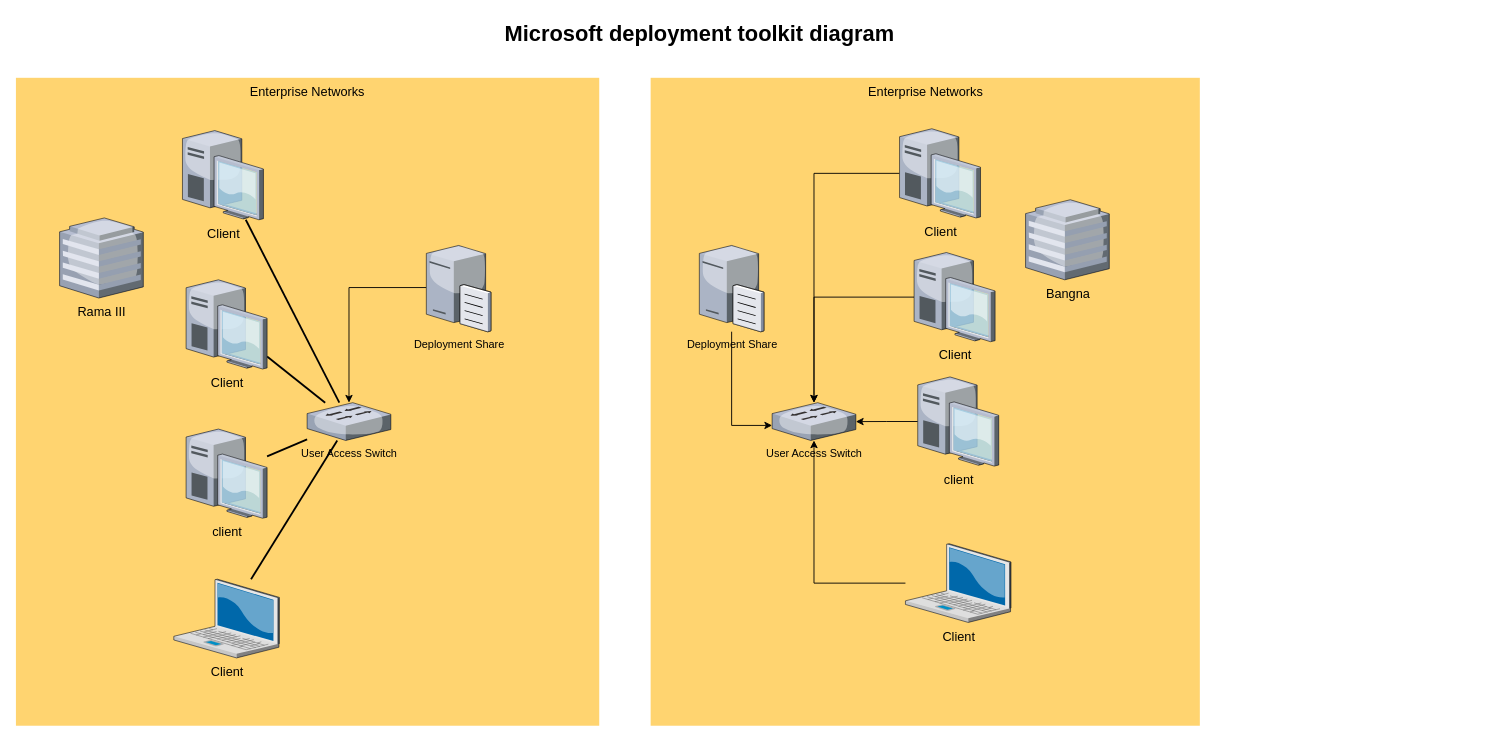
Earlier version of the draw.io diagram Untitled Diagram.drawio (Eddardx/MDT). Source tidied: cells renumbered, new cells numbered last; positions are measured from the earlier drawing's top-left corner, leaving out a move shared by most shapes. Both pictures are drawn from the tidied source at 91%, with x=0, y=0 at pixel (15, 15).
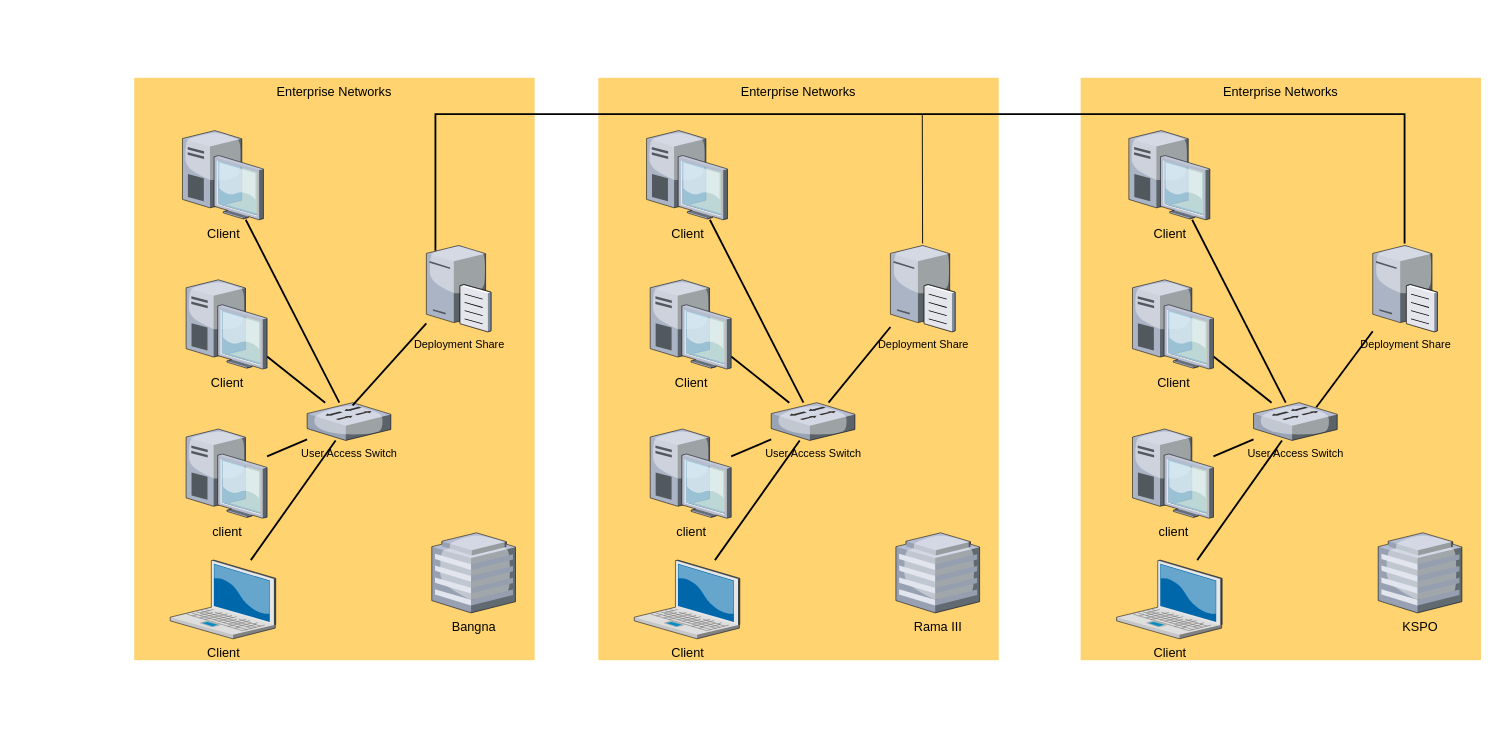
Above is the later version.

What changed in the source:
```diff
@@
+    <mxCell id="29" value="Enterprise Networks" style="whiteSpace=wrap;html=1;fillColor=#FFD470;gradientColor=none;fontSize=14;strokeColor=none;verticalAlign=top;" parent="1" vertex="1">
+      <mxGeometry x="1170" y="68" width="440" height="640" as="geometry" />
+    </mxCell>
+    <mxCell id="30" value="Enterprise Networks" style="whiteSpace=wrap;html=1;fillColor=#FFD470;gradientColor=none;fontSize=14;strokeColor=none;verticalAlign=top;" parent="1" vertex="1">
+      <mxGeometry x="640" y="68" width="440" height="640" as="geometry" />
+    </mxCell>
     <mxCell id="2" value="Enterprise Networks" style="whiteSpace=wrap;html=1;fillColor=#FFD470;gradientColor=none;fontSize=14;strokeColor=none;verticalAlign=top;" parent="1" vertex="1">
-      <mxGeometry y="68" width="641" height="712" as="geometry" />
+      <mxGeometry x="130" y="68" width="440" height="640" as="geometry" />
     </mxCell>
@@
     <mxCell id="4" value="Client" style="verticalLabelPosition=bottom;html=1;verticalAlign=top;strokeColor=none;shape=mxgraph.citrix.laptop_2;fillColor=#66B2FF;gradientColor=#0066CC;fontSize=14;" parent="1" vertex="1">
-      <mxGeometry x="173.5" y="619" width="116" height="86.5" as="geometry" />
+      <mxGeometry x="169.5" y="598" width="116" height="86.5" as="geometry" />
     </mxCell>
@@
+    <mxCell id="13" value="User Access Switch" style="verticalLabelPosition=bottom;html=1;verticalAlign=top;strokeColor=none;align=center;outlineConnect=0;shape=mxgraph.citrix.switch;" parent="1" vertex="1">
+      <mxGeometry x="320" y="425" width="92" height="41.5" as="geometry" />
+    </mxCell>
+    <mxCell id="26" value="Deployment Share" style="verticalLabelPosition=bottom;html=1;verticalAlign=top;strokeColor=none;align=center;outlineConnect=0;shape=mxgraph.citrix.file_server;" parent="1" vertex="1">
+      <mxGeometry x="451" y="250" width="71" height="97" as="geometry" />
+    </mxCell>
+    <mxCell id="23" value="Bangna" style="verticalLabelPosition=bottom;html=1;verticalAlign=top;strokeColor=none;shape=mxgraph.citrix.hq_enterprise;fillColor=#66B2FF;gradientColor=#0066CC;fontSize=14;" parent="1" vertex="1">
+      <mxGeometry x="457" y="568" width="92" height="88" as="geometry" />
+    </mxCell>
+    <mxCell id="31" style="edgeStyle=none;rounded=0;html=1;startSize=10;endSize=10;jettySize=auto;fontSize=14;endArrow=none;endFill=0;strokeWidth=2;" parent="1" edge="1" source="32" target="39">
+      <mxGeometry relative="1" as="geometry" />
+    </mxCell>
+    <mxCell id="32" value="Client" style="verticalLabelPosition=bottom;html=1;verticalAlign=top;strokeColor=none;shape=mxgraph.citrix.laptop_2;fillColor=#66B2FF;gradientColor=#0066CC;fontSize=14;" parent="1" vertex="1">
+      <mxGeometry x="679.5" y="598" width="116" height="86.5" as="geometry" />
+    </mxCell>
+    <mxCell id="33" style="edgeStyle=none;rounded=0;html=1;startSize=10;endSize=10;jettySize=auto;fontSize=14;endArrow=none;endFill=0;strokeWidth=2;" parent="1" edge="1" source="34" target="39">
+      <mxGeometry relative="1" as="geometry" />
+    </mxCell>
+    <mxCell id="34" value="client" style="verticalLabelPosition=bottom;html=1;verticalAlign=top;strokeColor=none;shape=mxgraph.citrix.desktop;fillColor=#66B2FF;gradientColor=#0066CC;fontSize=14;" parent="1" vertex="1">
+      <mxGeometry x="697" y="454" width="89" height="98" as="geometry" />
+    </mxCell>
+    <mxCell id="35" style="edgeStyle=none;rounded=0;html=1;startSize=10;endSize=10;jettySize=auto;fontSize=14;endArrow=none;endFill=0;strokeWidth=2;" parent="1" edge="1" source="36" target="39">
+      <mxGeometry relative="1" as="geometry" />
+    </mxCell>
+    <mxCell id="36" value="Client" style="verticalLabelPosition=bottom;html=1;verticalAlign=top;strokeColor=none;shape=mxgraph.citrix.desktop;fillColor=#66B2FF;gradientColor=#0066CC;fontSize=14;" parent="1" vertex="1">
+      <mxGeometry x="697" y="290" width="89" height="98" as="geometry" />
+    </mxCell>
+    <mxCell id="37" style="edgeStyle=none;rounded=0;html=1;startSize=10;endSize=10;jettySize=auto;fontSize=14;endArrow=none;endFill=0;strokeWidth=2;" parent="1" edge="1" source="38" target="39">
+      <mxGeometry relative="1" as="geometry" />
+    </mxCell>
+    <mxCell id="38" value="Client" style="verticalLabelPosition=bottom;html=1;verticalAlign=top;strokeColor=none;shape=mxgraph.citrix.desktop;fillColor=#66B2FF;gradientColor=#0066CC;fontSize=14;" parent="1" vertex="1">
+      <mxGeometry x="693" y="126" width="89" height="98" as="geometry" />
+    </mxCell>
+    <mxCell id="39" value="User Access Switch" style="verticalLabelPosition=bottom;html=1;verticalAlign=top;strokeColor=none;align=center;outlineConnect=0;shape=mxgraph.citrix.switch;" parent="1" vertex="1">
+      <mxGeometry x="830" y="425" width="92" height="41.5" as="geometry" />
+    </mxCell>
+    <mxCell id="40" value="Deployment Share" style="verticalLabelPosition=bottom;html=1;verticalAlign=top;strokeColor=none;align=center;outlineConnect=0;shape=mxgraph.citrix.file_server;" parent="1" vertex="1">
+      <mxGeometry x="961" y="250" width="71" height="97" as="geometry" />
+    </mxCell>
     <mxCell id="11" value="Rama III" style="verticalLabelPosition=bottom;html=1;verticalAlign=top;strokeColor=none;shape=mxgraph.citrix.hq_enterprise;fillColor=#66B2FF;gradientColor=#0066CC;fontSize=14;" parent="1" vertex="1">
-      <mxGeometry x="48" y="222" width="92" height="88" as="geometry" />
+      <mxGeometry x="967" y="568" width="92" height="88" as="geometry" />
     </mxCell>
-    <mxCell id="12" value="Microsoft deployment toolkit diagram" style="text;strokeColor=none;fillColor=none;html=1;fontSize=24;fontStyle=1;verticalAlign=middle;align=center;" parent="1" vertex="1">
-      <mxGeometry x="320" width="861" height="40" as="geometry" />
-    </mxCell>
-    <mxCell id="13" value="User Access Switch" style="verticalLabelPosition=bottom;html=1;verticalAlign=top;strokeColor=none;align=center;outlineConnect=0;shape=mxgraph.citrix.switch;" parent="1" vertex="1">
-      <mxGeometry x="320" y="425" width="92" height="41.5" as="geometry" />
-    </mxCell>
-    <mxCell id="14" value="Enterprise Networks" style="whiteSpace=wrap;html=1;fillColor=#FFD470;gradientColor=none;fontSize=14;strokeColor=none;verticalAlign=top;" parent="1" vertex="1">
-      <mxGeometry x="697.5" y="68" width="603.5" height="712" as="geometry" />
-    </mxCell>
-    <mxCell id="15" style="edgeStyle=orthogonalEdgeStyle;rounded=0;jettySize=auto;html=1;" parent="1" edge="1" source="16" target="24">
-      <mxGeometry relative="1" as="geometry" />
-    </mxCell>
-    <mxCell id="16" value="Client" style="verticalLabelPosition=bottom;html=1;verticalAlign=top;strokeColor=none;shape=mxgraph.citrix.laptop_2;fillColor=#66B2FF;gradientColor=#0066CC;fontSize=14;" parent="1" vertex="1">
-      <mxGeometry x="977.5" y="580" width="116" height="86.5" as="geometry" />
-    </mxCell>
-    <mxCell id="17" style="edgeStyle=orthogonalEdgeStyle;rounded=0;jettySize=auto;html=1;" parent="1" edge="1" source="18" target="24">
-      <mxGeometry relative="1" as="geometry" />
-    </mxCell>
-    <mxCell id="18" value="client" style="verticalLabelPosition=bottom;html=1;verticalAlign=top;strokeColor=none;shape=mxgraph.citrix.desktop;fillColor=#66B2FF;gradientColor=#0066CC;fontSize=14;" parent="1" vertex="1">
-      <mxGeometry x="991" y="396.7" width="89" height="98" as="geometry" />
-    </mxCell>
-    <mxCell id="19" style="edgeStyle=orthogonalEdgeStyle;rounded=0;jettySize=auto;html=1;" parent="1" edge="1" source="20" target="24">
-      <mxGeometry relative="1" as="geometry" />
-    </mxCell>
-    <mxCell id="20" value="Client" style="verticalLabelPosition=bottom;html=1;verticalAlign=top;strokeColor=none;shape=mxgraph.citrix.desktop;fillColor=#66B2FF;gradientColor=#0066CC;fontSize=14;" parent="1" vertex="1">
-      <mxGeometry x="987" y="260" width="89" height="98" as="geometry" />
-    </mxCell>
-    <mxCell id="21" style="edgeStyle=orthogonalEdgeStyle;rounded=0;jettySize=auto;html=1;" parent="1" edge="1" source="22" target="24">
-      <mxGeometry relative="1" as="geometry" />
-    </mxCell>
-    <mxCell id="22" value="Client" style="verticalLabelPosition=bottom;html=1;verticalAlign=top;strokeColor=none;shape=mxgraph.citrix.desktop;fillColor=#66B2FF;gradientColor=#0066CC;fontSize=14;" parent="1" vertex="1">
-      <mxGeometry x="971" y="124" width="89" height="98" as="geometry" />
-    </mxCell>
-    <mxCell id="23" value="Bangna" style="verticalLabelPosition=bottom;html=1;verticalAlign=top;strokeColor=none;shape=mxgraph.citrix.hq_enterprise;fillColor=#66B2FF;gradientColor=#0066CC;fontSize=14;" parent="1" vertex="1">
-      <mxGeometry x="1109.5" y="202" width="92" height="88" as="geometry" />
-    </mxCell>
-    <mxCell id="24" value="User Access Switch" style="verticalLabelPosition=bottom;html=1;verticalAlign=top;strokeColor=none;align=center;outlineConnect=0;shape=mxgraph.citrix.switch;" parent="1" vertex="1">
-      <mxGeometry x="831" y="425" width="92" height="41.5" as="geometry" />
-    </mxCell>
-    <mxCell id="25" style="edgeStyle=orthogonalEdgeStyle;rounded=0;jettySize=auto;html=1;" parent="1" edge="1" source="26" target="13">
-      <mxGeometry relative="1" as="geometry" />
-    </mxCell>
-    <mxCell id="26" value="Deployment Share" style="verticalLabelPosition=bottom;html=1;verticalAlign=top;strokeColor=none;align=center;outlineConnect=0;shape=mxgraph.citrix.file_server;" parent="1" vertex="1">
-      <mxGeometry x="451" y="250" width="71" height="97" as="geometry" />
-    </mxCell>
-    <mxCell id="27" style="edgeStyle=orthogonalEdgeStyle;rounded=0;jettySize=auto;html=1;" parent="1" edge="1" source="28" target="24">
-      <mxGeometry relative="1" as="geometry">
-        <Array as="points">
-          <mxPoint x="787" y="450" />
-        </Array>
-      </mxGeometry>
-    </mxCell>
-    <mxCell id="28" value="Deployment Share" style="verticalLabelPosition=bottom;html=1;verticalAlign=top;strokeColor=none;align=center;outlineConnect=0;shape=mxgraph.citrix.file_server;" parent="1" vertex="1">
-      <mxGeometry x="751" y="250" width="71" height="97" as="geometry" />
-    </mxCell>
+    <mxCell id="41" style="edgeStyle=none;rounded=0;html=1;startSize=10;endSize=10;jettySize=auto;fontSize=14;endArrow=none;endFill=0;strokeWidth=2;" parent="1" edge="1" source="42" target="49">
+      <mxGeometry relative="1" as="geometry" />
+    </mxCell>
+    <mxCell id="42" value="Client" style="verticalLabelPosition=bottom;html=1;verticalAlign=top;strokeColor=none;shape=mxgraph.citrix.laptop_2;fillColor=#66B2FF;gradientColor=#0066CC;fontSize=14;" parent="1" vertex="1">
+      <mxGeometry x="1209.5" y="598" width="116" height="86.5" as="geometry" />
+    </mxCell>
+    <mxCell id="43" style="edgeStyle=none;rounded=0;html=1;startSize=10;endSize=10;jettySize=auto;fontSize=14;endArrow=none;endFill=0;strokeWidth=2;" parent="1" edge="1" source="44" target="49">
+      <mxGeometry relative="1" as="geometry" />
+    </mxCell>
+    <mxCell id="44" value="client" style="verticalLabelPosition=bottom;html=1;verticalAlign=top;strokeColor=none;shape=mxgraph.citrix.desktop;fillColor=#66B2FF;gradientColor=#0066CC;fontSize=14;" parent="1" vertex="1">
+      <mxGeometry x="1227" y="454" width="89" height="98" as="geometry" />
+    </mxCell>
+    <mxCell id="45" style="edgeStyle=none;rounded=0;html=1;startSize=10;endSize=10;jettySize=auto;fontSize=14;endArrow=none;endFill=0;strokeWidth=2;" parent="1" edge="1" source="46" target="49">
+      <mxGeometry relative="1" as="geometry" />
+    </mxCell>
+    <mxCell id="46" value="Client" style="verticalLabelPosition=bottom;html=1;verticalAlign=top;strokeColor=none;shape=mxgraph.citrix.desktop;fillColor=#66B2FF;gradientColor=#0066CC;fontSize=14;" parent="1" vertex="1">
+      <mxGeometry x="1227" y="290" width="89" height="98" as="geometry" />
+    </mxCell>
+    <mxCell id="47" style="edgeStyle=none;rounded=0;html=1;startSize=10;endSize=10;jettySize=auto;fontSize=14;endArrow=none;endFill=0;strokeWidth=2;" parent="1" edge="1" source="48" target="49">
+      <mxGeometry relative="1" as="geometry" />
+    </mxCell>
+    <mxCell id="48" value="Client" style="verticalLabelPosition=bottom;html=1;verticalAlign=top;strokeColor=none;shape=mxgraph.citrix.desktop;fillColor=#66B2FF;gradientColor=#0066CC;fontSize=14;" parent="1" vertex="1">
+      <mxGeometry x="1223" y="126" width="89" height="98" as="geometry" />
+    </mxCell>
+    <mxCell id="49" value="User Access Switch" style="verticalLabelPosition=bottom;html=1;verticalAlign=top;strokeColor=none;align=center;outlineConnect=0;shape=mxgraph.citrix.switch;" parent="1" vertex="1">
+      <mxGeometry x="1360" y="425" width="92" height="41.5" as="geometry" />
+    </mxCell>
+    <mxCell id="50" value="Deployment Share" style="verticalLabelPosition=bottom;html=1;verticalAlign=top;strokeColor=none;align=center;outlineConnect=0;shape=mxgraph.citrix.file_server;" parent="1" vertex="1">
+      <mxGeometry x="1491" y="250" width="71" height="97" as="geometry" />
+    </mxCell>
+    <mxCell id="51" value="KSPO" style="verticalLabelPosition=bottom;html=1;verticalAlign=top;strokeColor=none;shape=mxgraph.citrix.hq_enterprise;fillColor=#66B2FF;gradientColor=#0066CC;fontSize=14;" parent="1" vertex="1">
+      <mxGeometry x="1497" y="568" width="92" height="88" as="geometry" />
+    </mxCell>
+    <mxCell id="52" style="edgeStyle=none;rounded=0;html=1;startSize=10;endSize=10;jettySize=auto;fontSize=14;endArrow=none;endFill=0;strokeWidth=2;" parent="1" edge="1" source="26">
+      <mxGeometry relative="1" as="geometry">
+        <mxPoint x="370" y="428" as="targetPoint" />
+      </mxGeometry>
+    </mxCell>
+    <mxCell id="53" style="edgeStyle=orthogonalEdgeStyle;rounded=0;html=1;startSize=10;endSize=10;jettySize=auto;fontSize=14;endArrow=none;endFill=0;strokeWidth=2;" parent="1" edge="1" target="50">
+      <mxGeometry relative="1" as="geometry">
+        <mxPoint x="461" y="258" as="sourcePoint" />
+        <Array as="points">
+          <mxPoint x="461" y="108" />
+          <mxPoint x="1526" y="108" />
+        </Array>
+      </mxGeometry>
+    </mxCell>
+    <mxCell id="54" style="endArrow=none;html=1;" parent="1" edge="1" target="40">
+      <mxGeometry relative="1" as="geometry">
+        <mxPoint x="996" y="108" as="sourcePoint" />
+      </mxGeometry>
+    </mxCell>
+    <mxCell id="55" style="edgeStyle=none;rounded=0;html=1;startSize=10;endSize=10;jettySize=auto;fontSize=14;endArrow=none;endFill=0;strokeWidth=2;" parent="1" edge="1" source="40" target="39">
+      <mxGeometry relative="1" as="geometry" />
+    </mxCell>
+    <mxCell id="56" style="edgeStyle=none;rounded=0;html=1;startSize=10;endSize=10;jettySize=auto;fontSize=14;endArrow=none;endFill=0;strokeWidth=2;" parent="1" edge="1" source="50">
+      <mxGeometry relative="1" as="geometry">
+        <mxPoint x="1429" y="430.1" as="targetPoint" />
+      </mxGeometry>
+    </mxCell>
```
